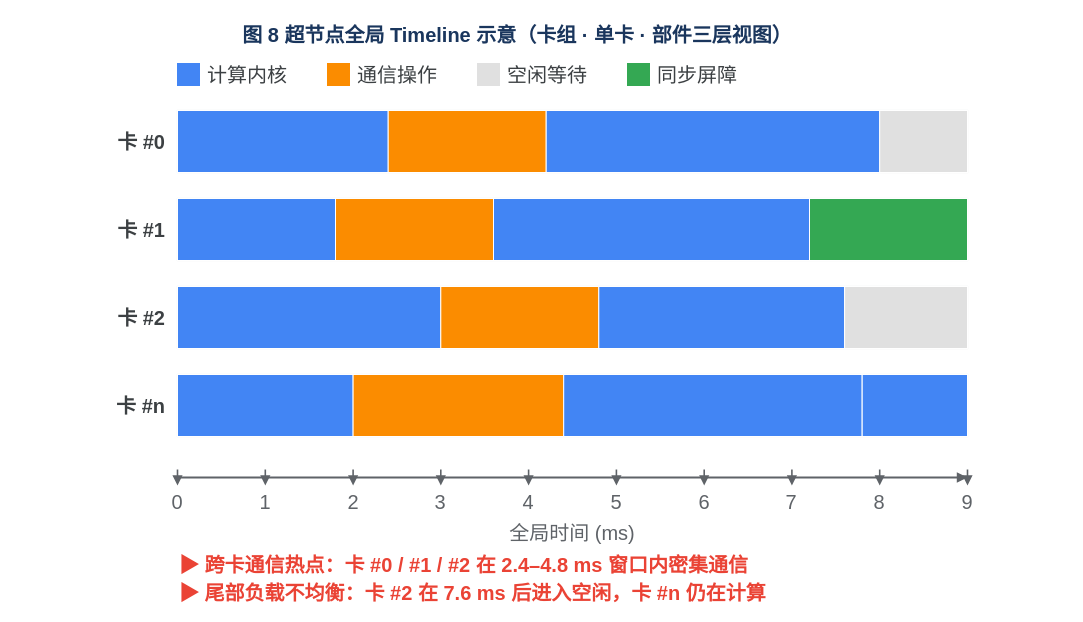
The draw.io diagram page "超节点全局 Timeline 示意" (7 of 7) of A3超节点设计方案插图.drawio in HanxuLiu/drawio-files, before the edit. Source tidied: cells renumbered, new cells numbered last; positions are measured from the earlier drawing's top-left corner, leaving out a move shared by most shapes. Both pictures are drawn from the tidied source at 100%, with x=0, y=0 at pixel (17, 17).
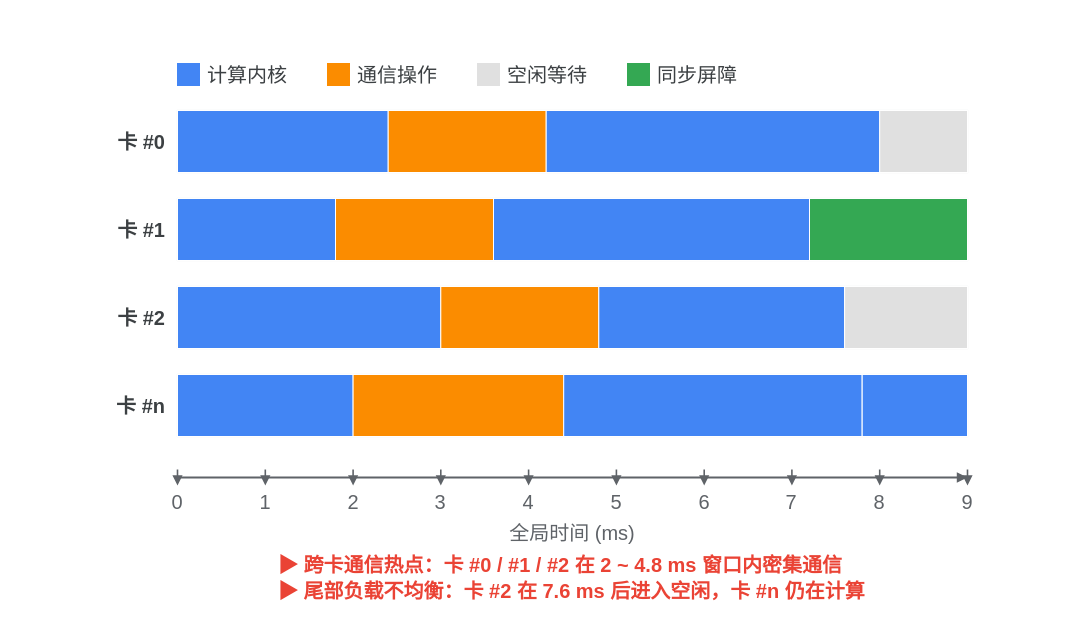
After the change.

Change to the diagram source:
```diff
@@
-    <mxCell id="2" value="图 8  超节点全局 Timeline 示意（卡组 · 单卡 · 部件三层视图）" style="text;html=1;strokeColor=none;fillColor=none;align=center;verticalAlign=middle;whiteSpace=wrap;rounded=0;fontSize=20;fontColor=#1A365D;fontStyle=1;" parent="1" vertex="1">
-      <mxGeometry width="1000" height="34" as="geometry" />
-    </mxCell>
@@
-    <mxCell id="57" value="▶ 跨卡通信热点：卡 #0 / #1 / #2 在 2.4–4.8 ms 窗口内密集通信" style="text;html=1;strokeColor=none;fillColor=none;align=left;verticalAlign=middle;whiteSpace=wrap;rounded=0;fontSize=20;fontColor=#EA4335;fontStyle=1;" parent="1" vertex="1">
-      <mxGeometry x="160" y="534" width="790" height="26" as="geometry" />
+    <mxCell id="57" value="▶ 跨卡通信热点：卡 #0 / #1 / #2 在 2 ~ 4.8 ms 窗口内密集通信" style="text;html=1;strokeColor=none;fillColor=none;align=left;verticalAlign=middle;whiteSpace=wrap;rounded=0;fontSize=20;fontColor=#EA4335;fontStyle=1;" parent="1" vertex="1">
+      <mxGeometry x="259" y="534" width="790" height="26" as="geometry" />
     </mxCell>
     <mxCell id="58" value="▶ 尾部负载不均衡：卡 #2 在 7.6 ms 后进入空闲，卡 #n 仍在计算" style="text;html=1;strokeColor=none;fillColor=none;align=left;verticalAlign=middle;whiteSpace=wrap;rounded=0;fontSize=20;fontColor=#EA4335;fontStyle=1;" parent="1" vertex="1">
-      <mxGeometry x="160" y="562" width="790" height="26" as="geometry" />
+      <mxGeometry x="259" y="560" width="790" height="26" as="geometry" />
     </mxCell>
```
